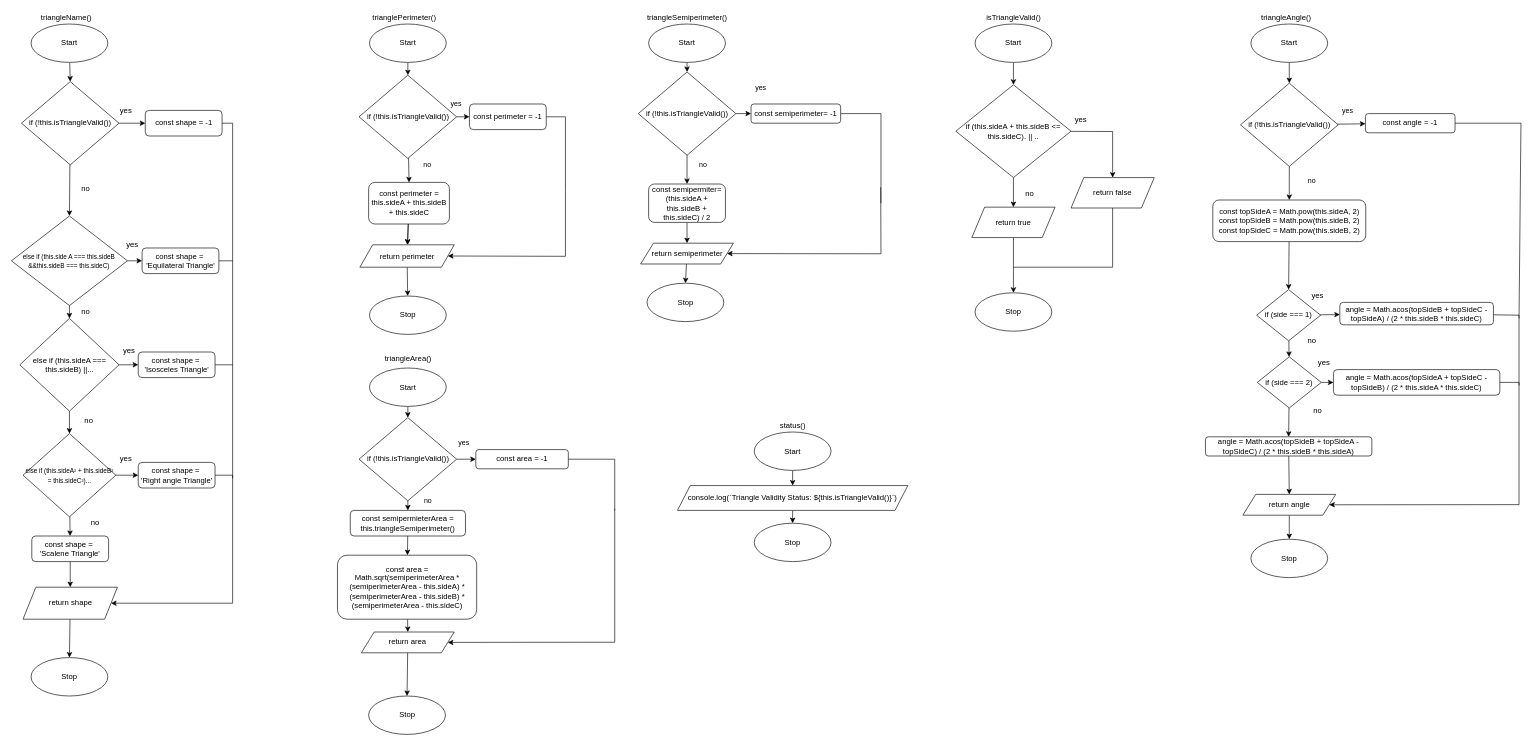
This is design/flowchart.drawio from Ethan-Prieur1/ics4u-assignment-3-typescript, a draw.io file, before an edit. Source tidied: cells renumbered, new cells numbered last; positions are measured from the earlier drawing's top-left corner, leaving out a move shared by most shapes. Both pictures are drawn from the tidied source at 64%, with x=0, y=0 at pixel (11, 11).
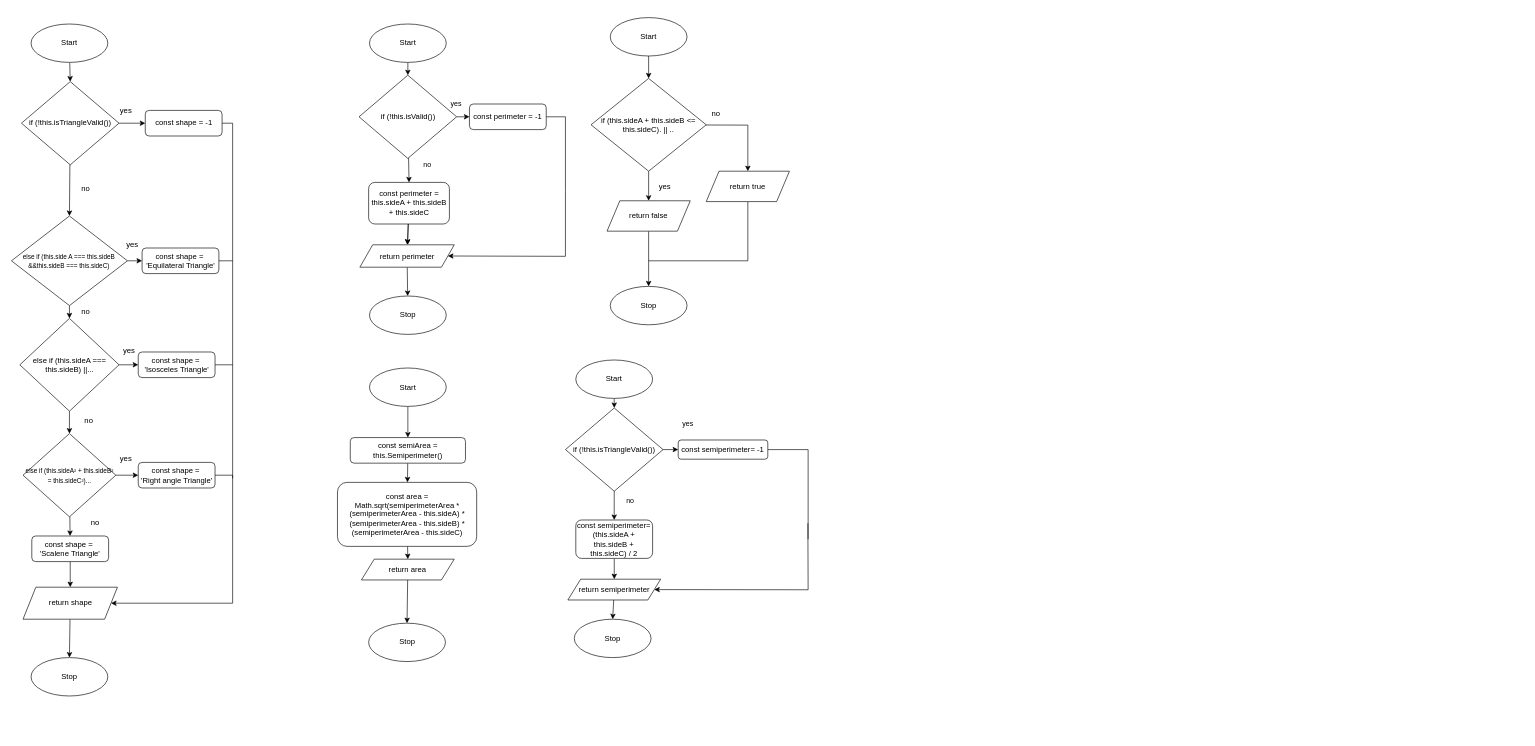
The same page after the edit.

The change refers to these unchanged cells:
```xml
<mxCell id="40" value="Start" style="ellipse;whiteSpace=wrap;html=1;" parent="1" vertex="1">
  <mxGeometry x="559.8" y="557.5" width="120" height="60" as="geometry" />
</mxCell>
```

Change to the diagram source:
```diff
@@
-    <mxCell id="5" value="triangleName()" style="text;html=1;align=center;verticalAlign=middle;strokeColor=none;fillColor=none;" parent="1" vertex="1">
-      <mxGeometry x="41" width="90" height="20" as="geometry" />
-    </mxCell>
-    <mxCell id="6" value="trianglePerimeter()" style="text;html=1;align=center;verticalAlign=middle;strokeColor=none;fillColor=none;" parent="1" vertex="1">
-      <mxGeometry x="558.5" width="110" height="20" as="geometry" />
-    </mxCell>
-    <mxCell id="7" value="triangleSemiperimeter()" style="text;html=1;align=center;verticalAlign=middle;strokeColor=none;fillColor=none;" parent="1" vertex="1">
-      <mxGeometry x="986" width="140" height="20" as="geometry" />
-    </mxCell>
-    <mxCell id="8" value="triangleAngle()" style="text;html=1;align=center;verticalAlign=middle;strokeColor=none;fillColor=none;" parent="1" vertex="1">
-      <mxGeometry x="1947" width="90" height="20" as="geometry" />
-    </mxCell>
-    <mxCell id="9" value="status()" style="text;html=1;align=center;verticalAlign=middle;strokeColor=none;fillColor=none;" parent="1" vertex="1">
-      <mxGeometry x="1191" y="637.5" width="60" height="20" as="geometry" />
-    </mxCell>
@@
     <mxCell id="31" value="Start" style="ellipse;whiteSpace=wrap;html=1;" parent="1" vertex="1">
-      <mxGeometry x="996" y="20" width="120" height="60" as="geometry" />
+      <mxGeometry x="882.2" y="545" width="120" height="60" as="geometry" />
     </mxCell>
@@
-    <mxCell id="36" value="const semipermiter= (this.sideA + this.sideB + this.sideC) / 2" style="rounded=1;whiteSpace=wrap;html=1;" parent="1" vertex="1">
-      <mxGeometry x="996" y="270" width="120" height="60" as="geometry" />
+    <mxCell id="36" value="const semiperimeter= (this.sideA + this.sideB + this.sideC) / 2" style="rounded=1;whiteSpace=wrap;html=1;" parent="1" vertex="1">
+      <mxGeometry x="882.2" y="795" width="120" height="60" as="geometry" />
     </mxCell>
     <mxCell id="37" value="Stop" style="ellipse;whiteSpace=wrap;html=1;" parent="1" vertex="1">
-      <mxGeometry x="993.5" y="425" width="120" height="60" as="geometry" />
+      <mxGeometry x="879.8" y="950" width="120" height="60" as="geometry" />
     </mxCell>
-    <mxCell id="38" value="triangleArea()" style="text;html=1;align=center;verticalAlign=middle;strokeColor=none;fillColor=none;" parent="1" vertex="1">
-      <mxGeometry x="574.8" y="532.5" width="90" height="20" as="geometry" />
-    </mxCell>
-    <mxCell id="39" style="edgeStyle=none;rounded=0;html=1;entryX=0.5;entryY=0;entryDx=0;entryDy=0;fontSize=11;endArrow=classic;endFill=1;" parent="1" edge="1" source="40" target="123">
+    <mxCell id="39" style="edgeStyle=none;rounded=0;html=1;fontSize=11;endArrow=classic;endFill=1;entryX=0.5;entryY=0;entryDx=0;entryDy=0;" parent="1" edge="1" source="40" target="129">
       <mxGeometry relative="1" as="geometry" />
     </mxCell>
@@
     <mxCell id="43" value="const area = Math.sqrt(semiperimeterArea *(semiperimeterArea - this.sideA) * (semiperimeterArea - this.sideB) * (semiperimeterArea - this.sideC)" style="rounded=1;whiteSpace=wrap;html=1;" parent="1" vertex="1">
-      <mxGeometry x="509.8" y="850" width="217.5" height="100" as="geometry" />
+      <mxGeometry x="509.8" y="736.2" width="217.5" height="100" as="geometry" />
     </mxCell>
     <mxCell id="44" value="Stop" style="ellipse;whiteSpace=wrap;html=1;" parent="1" vertex="1">
-      <mxGeometry x="558.5" y="1070" width="120" height="60" as="geometry" />
+      <mxGeometry x="558.5" y="956.2" width="120" height="60" as="geometry" />
     </mxCell>
-    <mxCell id="45" style="edgeStyle=none;html=1;entryX=0.5;entryY=0;entryDx=0;entryDy=0;" parent="1" edge="1" source="46" target="77">
-      <mxGeometry relative="1" as="geometry" />
-    </mxCell>
-    <mxCell id="46" value="const topSideA = Math.pow(this.sideA, 2)&lt;br&gt;const topSideB = Math.pow(this.sideB, 2)&lt;br&gt;const topSideC = Math.pow(this.sideB, 2)" style="rounded=1;whiteSpace=wrap;html=1;" parent="1" vertex="1">
-      <mxGeometry x="1877.5" y="295" width="239" height="65" as="geometry" />
-    </mxCell>
-    <mxCell id="47" style="edgeStyle=none;rounded=0;html=1;entryX=0.5;entryY=0;entryDx=0;entryDy=0;fontSize=11;endArrow=classic;endFill=1;" parent="1" edge="1" source="48" target="132">
-      <mxGeometry relative="1" as="geometry" />
-    </mxCell>
-    <mxCell id="48" value="Start" style="ellipse;whiteSpace=wrap;html=1;" parent="1" vertex="1">
-      <mxGeometry x="1937" y="20" width="120" height="60" as="geometry" />
-    </mxCell>
-    <mxCell id="49" value="Stop" style="ellipse;whiteSpace=wrap;html=1;" parent="1" vertex="1">
-      <mxGeometry x="1937" y="825" width="120" height="60" as="geometry" />
-    </mxCell>
-    <mxCell id="50" style="edgeStyle=none;html=1;entryX=0.5;entryY=0;entryDx=0;entryDy=0;" parent="1" edge="1" source="51" target="89">
-      <mxGeometry relative="1" as="geometry" />
-    </mxCell>
-    <mxCell id="51" value="angle = Math.acos(topSideB + topSideA - topSideC) / (2 * this.sideB * this.sideA)" style="rounded=1;whiteSpace=wrap;html=1;" parent="1" vertex="1">
-      <mxGeometry x="1866" y="665" width="260" height="30" as="geometry" />
-    </mxCell>
-    <mxCell id="52" style="edgeStyle=none;rounded=0;html=1;entryX=0.5;entryY=0;entryDx=0;entryDy=0;fontFamily=Helvetica;fontSize=12;endArrow=classic;endFill=1;" parent="1" edge="1" source="53" target="56">
-      <mxGeometry relative="1" as="geometry" />
-    </mxCell>
-    <mxCell id="53" value="Start" style="ellipse;whiteSpace=wrap;html=1;" parent="1" vertex="1">
-      <mxGeometry x="1161" y="657.5" width="120" height="60" as="geometry" />
-    </mxCell>
-    <mxCell id="54" value="Stop" style="ellipse;whiteSpace=wrap;html=1;" parent="1" vertex="1">
-      <mxGeometry x="1161" y="800" width="120" height="60" as="geometry" />
-    </mxCell>
-    <mxCell id="55" style="edgeStyle=none;rounded=0;html=1;entryX=0.5;entryY=0;entryDx=0;entryDy=0;fontFamily=Helvetica;fontSize=12;endArrow=classic;endFill=1;" parent="1" edge="1" source="56" target="54">
-      <mxGeometry relative="1" as="geometry" />
-    </mxCell>
-    <mxCell id="56" value="console.log(`Triangle Validity Status: ${this.isTriangleValid()}`)&lt;br&gt;" style="shape=parallelogram;perimeter=parallelogramPerimeter;whiteSpace=wrap;html=1;fixedSize=1;fontFamily=Helvetica;fontSize=12;" parent="1" vertex="1">
-      <mxGeometry x="1041" y="741.2" width="360" height="38.8" as="geometry" />
-    </mxCell>
-    <mxCell id="57" value="isTriangleValid()" style="text;html=1;align=center;verticalAlign=middle;strokeColor=none;fillColor=none;" parent="1" vertex="1">
-      <mxGeometry x="1516" width="100" height="20" as="geometry" />
-    </mxCell>
@@
     <mxCell id="59" value="Start" style="ellipse;whiteSpace=wrap;html=1;" parent="1" vertex="1">
-      <mxGeometry x="1506" y="20" width="120" height="60" as="geometry" />
+      <mxGeometry x="936" y="10" width="120" height="60" as="geometry" />
     </mxCell>
     <mxCell id="60" value="Stop" style="ellipse;whiteSpace=wrap;html=1;" parent="1" vertex="1">
-      <mxGeometry x="1506" y="440" width="120" height="60" as="geometry" />
+      <mxGeometry x="936" y="430" width="120" height="60" as="geometry" />
     </mxCell>
     <mxCell id="61" style="edgeStyle=none;html=1;entryX=0.5;entryY=0;entryDx=0;entryDy=0;rounded=0;" parent="1" edge="1" source="63" target="65">
       <mxGeometry relative="1" as="geometry">
         <Array as="points">
-          <mxPoint x="1721" y="188" />
+          <mxPoint x="1151" y="178" />
         </Array>
       </mxGeometry>
     </mxCell>
@@
     <mxCell id="63" value="if (this.sideA + this.sideB &amp;lt;= this.sideC). || .." style="rhombus;whiteSpace=wrap;html=1;" parent="1" vertex="1">
-      <mxGeometry x="1476" y="115" width="180" height="145" as="geometry" />
+      <mxGeometry x="906" y="105" width="180" height="145" as="geometry" />
     </mxCell>
     <mxCell id="64" style="edgeStyle=none;rounded=0;html=1;endArrow=none;endFill=0;exitX=0.5;exitY=1;exitDx=0;exitDy=0;" parent="1" edge="1" source="65">
       <mxGeometry relative="1" as="geometry">
-        <mxPoint x="1566" y="400" as="targetPoint" />
+        <mxPoint x="996" y="390" as="targetPoint" />
         <Array as="points">
-          <mxPoint x="1721" y="400" />
+          <mxPoint x="1151" y="390" />
         </Array>
       </mxGeometry>
     </mxCell>
-    <mxCell id="65" value="return false" style="shape=parallelogram;perimeter=parallelogramPerimeter;whiteSpace=wrap;html=1;fixedSize=1;fontFamily=Helvetica;fontSize=12;" parent="1" vertex="1">
-      <mxGeometry x="1656" y="260" width="130" height="47.5" as="geometry" />
+    <mxCell id="65" value="return true" style="shape=parallelogram;perimeter=parallelogramPerimeter;whiteSpace=wrap;html=1;fixedSize=1;fontFamily=Helvetica;fontSize=12;" parent="1" vertex="1">
+      <mxGeometry x="1086" y="250" width="130" height="47.5" as="geometry" />
     </mxCell>
@@
-    <mxCell id="67" value="return true" style="shape=parallelogram;perimeter=parallelogramPerimeter;whiteSpace=wrap;html=1;fixedSize=1;fontFamily=Helvetica;fontSize=12;" parent="1" vertex="1">
-      <mxGeometry x="1501" y="306.2" width="130" height="47.5" as="geometry" />
+    <mxCell id="67" value="return false" style="shape=parallelogram;perimeter=parallelogramPerimeter;whiteSpace=wrap;html=1;fixedSize=1;fontFamily=Helvetica;fontSize=12;" parent="1" vertex="1">
+      <mxGeometry x="931" y="296.2" width="130" height="47.5" as="geometry" />
     </mxCell>
-    <mxCell id="68" value="yes" style="text;html=1;align=center;verticalAlign=middle;strokeColor=none;fillColor=none;" parent="1" vertex="1">
-      <mxGeometry x="1656" y="160" width="30" height="20" as="geometry" />
+    <mxCell id="68" value="no" style="text;html=1;align=center;verticalAlign=middle;strokeColor=none;fillColor=none;" parent="1" vertex="1">
+      <mxGeometry x="1086" y="150" width="30" height="20" as="geometry" />
     </mxCell>
-    <mxCell id="69" value="no" style="text;html=1;align=center;verticalAlign=middle;strokeColor=none;fillColor=none;" parent="1" vertex="1">
-      <mxGeometry x="1576" y="275" width="30" height="20" as="geometry" />
+    <mxCell id="69" value="yes" style="text;html=1;align=center;verticalAlign=middle;strokeColor=none;fillColor=none;" parent="1" vertex="1">
+      <mxGeometry x="1006" y="265" width="30" height="20" as="geometry" />
     </mxCell>
@@
     <mxCell id="73" value="return semiperimeter" style="shape=parallelogram;perimeter=parallelogramPerimeter;whiteSpace=wrap;html=1;fixedSize=1;" parent="1" vertex="1">
-      <mxGeometry x="983.5" y="362.5" width="145" height="32.5" as="geometry" />
+      <mxGeometry x="869.8" y="887.5" width="145" height="32.5" as="geometry" />
     </mxCell>
     <mxCell id="74" value="return area" style="shape=parallelogram;perimeter=parallelogramPerimeter;whiteSpace=wrap;html=1;fixedSize=1;" parent="1" vertex="1">
-      <mxGeometry x="547.2" y="970" width="145" height="32.5" as="geometry" />
+      <mxGeometry x="547.2" y="856.2" width="145" height="32.5" as="geometry" />
     </mxCell>
-    <mxCell id="75" style="edgeStyle=none;rounded=0;html=1;endArrow=classic;endFill=1;" parent="1" edge="1" source="77" target="82">
-      <mxGeometry relative="1" as="geometry" />
-    </mxCell>
-    <mxCell id="76" style="edgeStyle=none;rounded=0;html=1;endArrow=classic;endFill=1;" parent="1" edge="1" source="77" target="79">
-      <mxGeometry relative="1" as="geometry" />
-    </mxCell>
-    <mxCell id="77" value="if (side === 1)" style="rhombus;whiteSpace=wrap;html=1;" parent="1" vertex="1">
-      <mxGeometry x="1946" y="435" width="100" height="80" as="geometry" />
-    </mxCell>
-    <mxCell id="78" style="edgeStyle=none;rounded=0;html=1;endArrow=none;endFill=0;" parent="1" edge="1" source="79">
-      <mxGeometry relative="1" as="geometry">
-        <mxPoint x="2356" y="585" as="targetPoint" />
-        <Array as="points">
-          <mxPoint x="2356" y="475" />
-        </Array>
-      </mxGeometry>
-    </mxCell>
-    <mxCell id="79" value="angle = Math.acos(topSideB + topSideC - topSideA) / (2 * this.sideB * this.sideC)" style="rounded=1;whiteSpace=wrap;html=1;" parent="1" vertex="1">
-      <mxGeometry x="2076" y="455" width="240" height="35" as="geometry" />
-    </mxCell>
-    <mxCell id="80" style="edgeStyle=none;rounded=0;html=1;entryX=0;entryY=0.5;entryDx=0;entryDy=0;endArrow=classic;endFill=1;" parent="1" edge="1" source="82" target="84">
-      <mxGeometry relative="1" as="geometry" />
-    </mxCell>
-    <mxCell id="81" style="edgeStyle=none;html=1;entryX=0.5;entryY=0;entryDx=0;entryDy=0;" parent="1" edge="1" source="82" target="51">
-      <mxGeometry relative="1" as="geometry" />
-    </mxCell>
-    <mxCell id="82" value="if (side === 2)" style="rhombus;whiteSpace=wrap;html=1;" parent="1" vertex="1">
-      <mxGeometry x="1947" y="540" width="100" height="80" as="geometry" />
-    </mxCell>
-    <mxCell id="83" style="edgeStyle=none;rounded=0;html=1;entryX=1;entryY=0.5;entryDx=0;entryDy=0;endArrow=classic;endFill=1;exitX=1;exitY=0.5;exitDx=0;exitDy=0;" parent="1" edge="1" source="84" target="89">
-      <mxGeometry relative="1" as="geometry">
-        <Array as="points">
-          <mxPoint x="2356" y="580" />
-          <mxPoint x="2356" y="771" />
-        </Array>
-      </mxGeometry>
-    </mxCell>
-    <mxCell id="84" value="angle = Math.acos(topSideA + topSideC - topSideB) / (2 * this.sideA * this.sideC)" style="rounded=1;whiteSpace=wrap;html=1;" parent="1" vertex="1">
-      <mxGeometry x="2066" y="560" width="260" height="40" as="geometry" />
-    </mxCell>
-    <mxCell id="85" value="no" style="text;html=1;align=center;verticalAlign=middle;strokeColor=none;fillColor=none;" parent="1" vertex="1">
-      <mxGeometry x="2017" y="505" width="30" height="20" as="geometry" />
-    </mxCell>
-    <mxCell id="86" value="yes" style="text;html=1;align=center;verticalAlign=middle;strokeColor=none;fillColor=none;" parent="1" vertex="1">
-      <mxGeometry x="2026" y="435" width="30" height="20" as="geometry" />
-    </mxCell>
-    <mxCell id="87" value="no" style="text;html=1;align=center;verticalAlign=middle;strokeColor=none;fillColor=none;" parent="1" vertex="1">
-      <mxGeometry x="2026" y="615" width="30" height="20" as="geometry" />
-    </mxCell>
-    <mxCell id="88" style="edgeStyle=none;rounded=0;html=1;endArrow=classic;endFill=1;" parent="1" edge="1" source="89" target="49">
-      <mxGeometry relative="1" as="geometry" />
-    </mxCell>
-    <mxCell id="89" value="return angle" style="shape=parallelogram;perimeter=parallelogramPerimeter;whiteSpace=wrap;html=1;fixedSize=1;" parent="1" vertex="1">
-      <mxGeometry x="1924.5" y="755" width="145" height="32.5" as="geometry" />
-    </mxCell>
@@
-    <mxCell id="107" value="if (!this.isTriangleValid())" style="rhombus;whiteSpace=wrap;html=1;" parent="1" vertex="1">
+    <mxCell id="107" value="if (!this.isValid())" style="rhombus;whiteSpace=wrap;html=1;" parent="1" vertex="1">
       <mxGeometry x="543.5" y="100" width="152.5" height="130" as="geometry" />
     </mxCell>
@@
     <mxCell id="115" value="if (!this.isTriangleValid())" style="rhombus;whiteSpace=wrap;html=1;" parent="1" vertex="1">
-      <mxGeometry x="979.8" y="95" width="152.5" height="130" as="geometry" />
+      <mxGeometry x="866" y="620" width="152.5" height="130" as="geometry" />
     </mxCell>
     <mxCell id="116" style="edgeStyle=none;rounded=0;html=1;fontSize=11;endArrow=none;endFill=0;" parent="1" edge="1" source="117">
       <mxGeometry relative="1" as="geometry">
-        <mxPoint x="1359" y="300" as="targetPoint" />
+        <mxPoint x="1245.2" y="825" as="targetPoint" />
         <Array as="points">
-          <mxPoint x="1359" y="160" />
+          <mxPoint x="1245.2" y="685" />
         </Array>
       </mxGeometry>
     </mxCell>
     <mxCell id="117" value="const semiperimeter= -1" style="rounded=1;whiteSpace=wrap;html=1;" parent="1" vertex="1">
-      <mxGeometry x="1156" y="145" width="140" height="30" as="geometry" />
+      <mxGeometry x="1042.2" y="670" width="140" height="30" as="geometry" />
     </mxCell>
     <mxCell id="118" style="edgeStyle=none;rounded=0;html=1;fontSize=11;endArrow=classic;endFill=1;entryX=1;entryY=0.5;entryDx=0;entryDy=0;" parent="1" edge="1" target="73">
       <mxGeometry relative="1" as="geometry">
-        <mxPoint x="1358.6" y="275" as="sourcePoint" />
+        <mxPoint x="1244.8" y="800" as="sourcePoint" />
         <Array as="points">
-          <mxPoint x="1359" y="379" />
+          <mxPoint x="1245.2" y="904" />
         </Array>
       </mxGeometry>
     </mxCell>
     <mxCell id="119" value="no" style="text;html=1;align=center;verticalAlign=middle;strokeColor=none;fillColor=none;fontSize=11;" parent="1" vertex="1">
-      <mxGeometry x="1066" y="230" width="30" height="20" as="geometry" />
+      <mxGeometry x="952.2" y="755" width="30" height="20" as="geometry" />
     </mxCell>
     <mxCell id="120" value="yes" style="text;html=1;align=center;verticalAlign=middle;strokeColor=none;fillColor=none;fontSize=11;" parent="1" vertex="1">
-      <mxGeometry x="1156" y="110" width="30" height="20" as="geometry" />
+      <mxGeometry x="1042.2" y="635" width="30" height="20" as="geometry" />
     </mxCell>
-    <mxCell id="121" style="edgeStyle=none;rounded=0;html=1;entryX=0;entryY=0.5;entryDx=0;entryDy=0;fontSize=11;endArrow=classic;endFill=1;" parent="1" edge="1" source="123" target="125">
-      <mxGeometry relative="1" as="geometry" />
-    </mxCell>
-    <mxCell id="122" style="edgeStyle=none;rounded=0;html=1;fontSize=11;endArrow=classic;endFill=1;" parent="1" edge="1" source="123" target="129">
-      <mxGeometry relative="1" as="geometry" />
-    </mxCell>
-    <mxCell id="123" value="if (!this.isTriangleValid())" style="rhombus;whiteSpace=wrap;html=1;" parent="1" vertex="1">
-      <mxGeometry x="543.5" y="635" width="152.5" height="130" as="geometry" />
-    </mxCell>
-    <mxCell id="124" style="edgeStyle=none;rounded=0;html=1;endArrow=none;endFill=0;" parent="1" edge="1">
-      <mxGeometry relative="1" as="geometry">
-        <mxPoint x="867.5" y="700" as="sourcePoint" />
-        <mxPoint x="943" y="780" as="targetPoint" />
-        <Array as="points">
-          <mxPoint x="943" y="700" />
-        </Array>
-      </mxGeometry>
-    </mxCell>
-    <mxCell id="125" value="const area = -1" style="rounded=1;whiteSpace=wrap;html=1;" parent="1" vertex="1">
-      <mxGeometry x="726" y="685" width="144.5" height="30" as="geometry" />
-    </mxCell>
-    <mxCell id="126" style="edgeStyle=none;rounded=0;html=1;fontSize=11;endArrow=classic;endFill=1;entryX=1;entryY=0.5;entryDx=0;entryDy=0;" parent="1" edge="1" target="74">
-      <mxGeometry relative="1" as="geometry">
-        <mxPoint x="943" y="777.5" as="sourcePoint" />
-        <Array as="points">
-          <mxPoint x="943" y="986" />
-        </Array>
-      </mxGeometry>
-    </mxCell>
-    <mxCell id="127" value="no" style="text;html=1;align=center;verticalAlign=middle;strokeColor=none;fillColor=none;fontSize=11;" parent="1" vertex="1">
-      <mxGeometry x="636" y="755" width="30" height="20" as="geometry" />
-    </mxCell>
@@
-    <mxCell id="129" value="const semipermieterArea = this.triangleSemiperimeter()" style="rounded=1;whiteSpace=wrap;html=1;" parent="1" vertex="1">
-      <mxGeometry x="529.8" y="780" width="180" height="40" as="geometry" />
+    <mxCell id="129" value="const semiArea = this.Semiperimeter()" style="rounded=1;whiteSpace=wrap;html=1;" parent="1" vertex="1">
+      <mxGeometry x="529.8" y="666.2" width="180" height="40" as="geometry" />
     </mxCell>
-    <mxCell id="130" style="edgeStyle=none;rounded=0;html=1;fontSize=11;endArrow=classic;endFill=1;" parent="1" edge="1" source="132" target="136">
-      <mxGeometry relative="1" as="geometry" />
-    </mxCell>
-    <mxCell id="131" style="edgeStyle=none;rounded=0;html=1;fontSize=11;endArrow=classic;endFill=1;" parent="1" edge="1" source="132" target="46">
-      <mxGeometry relative="1" as="geometry" />
-    </mxCell>
-    <mxCell id="132" value="if (!this.isTriangleValid())" style="rhombus;whiteSpace=wrap;html=1;" parent="1" vertex="1">
-      <mxGeometry x="1920.8" y="112.5" width="152.5" height="130" as="geometry" />
-    </mxCell>
-    <mxCell id="133" value="no" style="text;html=1;align=center;verticalAlign=middle;strokeColor=none;fillColor=none;fontSize=11;" parent="1" vertex="1">
-      <mxGeometry x="2017" y="255" width="30" height="20" as="geometry" />
-    </mxCell>
-    <mxCell id="134" value="yes" style="text;html=1;align=center;verticalAlign=middle;strokeColor=none;fillColor=none;fontSize=11;" parent="1" vertex="1">
-      <mxGeometry x="2073.2" y="145" width="30" height="20" as="geometry" />
-    </mxCell>
-    <mxCell id="135" style="edgeStyle=none;rounded=0;html=1;fontSize=11;endArrow=none;endFill=0;" parent="1" edge="1" source="136">
-      <mxGeometry relative="1" as="geometry">
-        <mxPoint x="2356" y="480" as="targetPoint" />
-        <Array as="points">
-          <mxPoint x="2359" y="175" />
-        </Array>
-      </mxGeometry>
-    </mxCell>
-    <mxCell id="136" value="const angle = -1" style="rounded=1;whiteSpace=wrap;html=1;" parent="1" vertex="1">
-      <mxGeometry x="2116" y="160" width="140" height="30" as="geometry" />
-    </mxCell>
-    <mxCell id="137" value="yes" style="text;html=1;align=center;verticalAlign=middle;strokeColor=none;fillColor=none;fontSize=11;" parent="1" vertex="1">
-      <mxGeometry x="692.2" y="665" width="30" height="20" as="geometry" />
-    </mxCell>
-    <mxCell id="138" value="yes" style="text;html=1;align=center;verticalAlign=middle;strokeColor=none;fillColor=none;" parent="1" vertex="1">
-      <mxGeometry x="2036" y="540" width="30" height="20" as="geometry" />
-    </mxCell>
```
